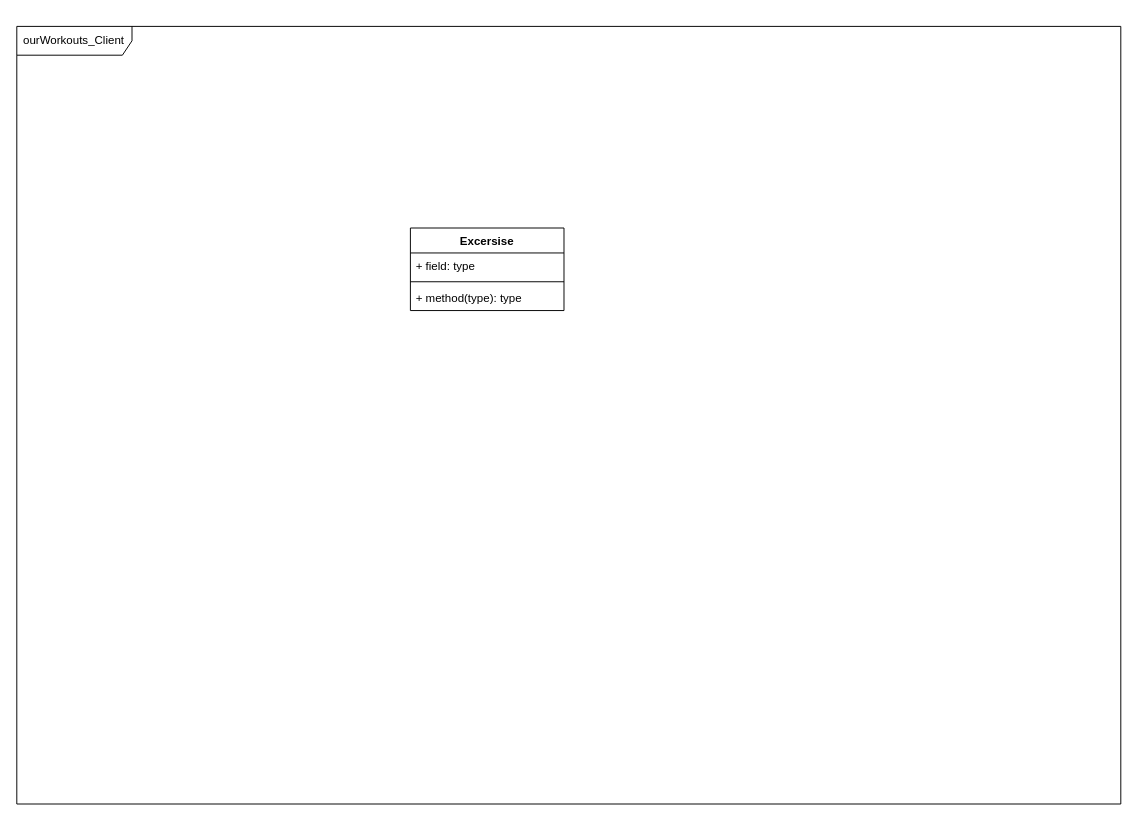
Vollol1/ourWorkout keeps this draw.io diagram as page "classes" (3 of 3) of 01_Documentation/diagrams.drawio. Above is the earlier version. Source tidied: cells renumbered, new cells numbered last; positions are measured from the earlier drawing's top-left corner, leaving out a move shared by most shapes. Both pictures are drawn from the tidied source at 96%, with x=0, y=0 at pixel (16, 26).
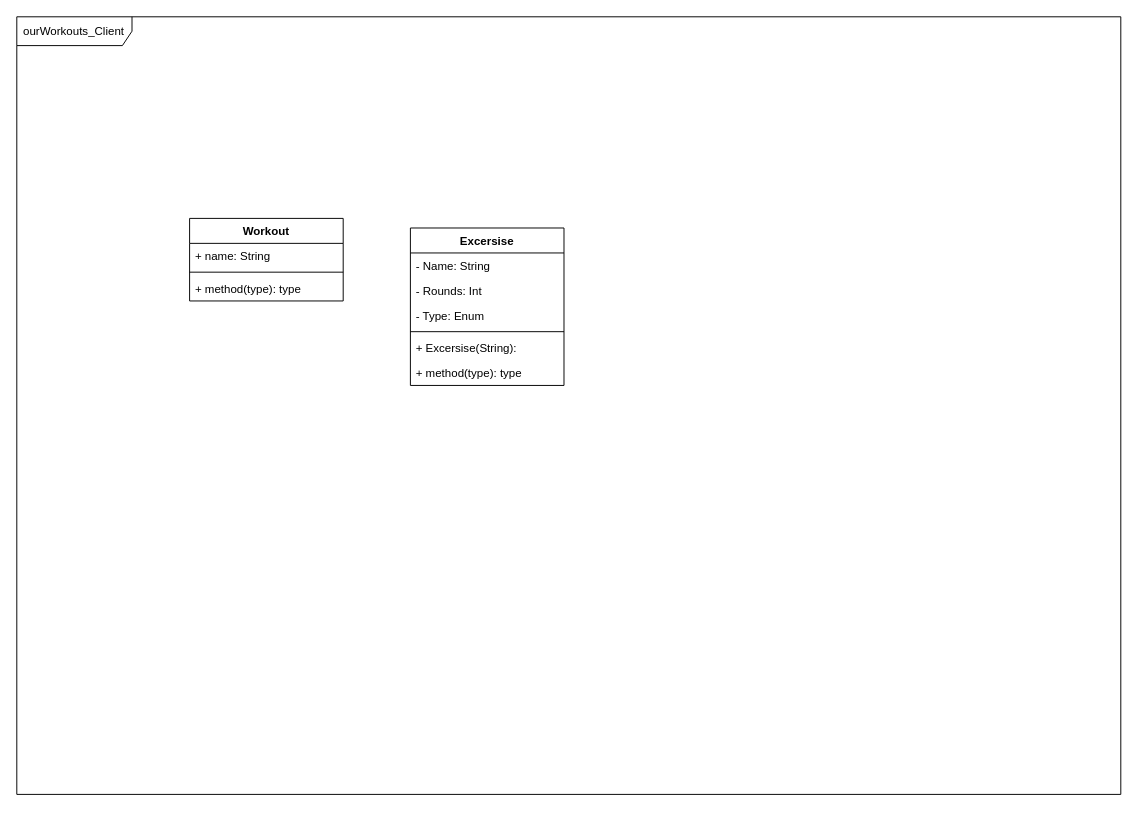
The same page after the edit.

Commit message (it also covers changes not shown here):
Edit documentation and add example workout schedule - Edit system context diagram - Add usecase diagram and use cases - Start with class diagram

Change to the diagram source:
```diff
@@
 <mxGraphModel>
   <root>
     <mxCell id="0" />
     <mxCell id="1" parent="0" />
     <mxCell id="2" value="ourWorkouts_Client" style="shape=umlFrame;whiteSpace=wrap;html=1;width=120;height=30;boundedLbl=1;verticalAlign=middle;align=left;spacingLeft=5;" parent="1" vertex="1">
-      <mxGeometry width="1150" height="810" as="geometry" />
+      <mxGeometry y="-10" width="1150" height="810" as="geometry" />
     </mxCell>
     <mxCell id="3" value="Excersise" style="swimlane;fontStyle=1;align=center;verticalAlign=top;horizontal=1;startSize=26;" parent="1" vertex="1">
-      <mxGeometry x="410" y="210" width="160" height="86" as="geometry" />
+      <mxGeometry x="410" y="210" width="160" height="164" as="geometry" />
     </mxCell>
-    <mxCell id="4" value="+ field: type" style="text;strokeColor=none;fillColor=none;align=left;verticalAlign=top;spacingLeft=4;spacingRight=4;overflow=hidden;" parent="3" vertex="1">
+    <mxCell id="4" value="- Name: String" style="text;strokeColor=none;fillColor=none;align=left;verticalAlign=top;spacingLeft=4;spacingRight=4;overflow=hidden;" parent="3" vertex="1">
       <mxGeometry y="26" width="160" height="26" as="geometry" />
     </mxCell>
+    <mxCell id="7" value="- Rounds: Int" style="text;strokeColor=none;fillColor=none;align=left;verticalAlign=top;spacingLeft=4;spacingRight=4;overflow=hidden;" parent="3" vertex="1">
+      <mxGeometry y="52" width="160" height="26" as="geometry" />
+    </mxCell>
+    <mxCell id="8" value="- Type: Enum" style="text;strokeColor=none;fillColor=none;align=left;verticalAlign=top;spacingLeft=4;spacingRight=4;overflow=hidden;" parent="3" vertex="1">
+      <mxGeometry y="78" width="160" height="26" as="geometry" />
+    </mxCell>
     <mxCell id="5" style="line;strokeWidth=1;fillColor=none;align=left;verticalAlign=middle;spacingTop=-1;spacingLeft=3;spacingRight=3;labelPosition=right;strokeColor=inherit;" parent="3" vertex="1">
-      <mxGeometry y="52" width="160" height="8" as="geometry" />
+      <mxGeometry y="104" width="160" height="8" as="geometry" />
     </mxCell>
-    <mxCell id="6" value="+ method(type): type" style="text;strokeColor=none;fillColor=none;align=left;verticalAlign=top;spacingLeft=4;spacingRight=4;overflow=hidden;" parent="3" vertex="1">
-      <mxGeometry y="60" width="160" height="26" as="geometry" />
+    <mxCell id="6" value="+ Excersise(String): " style="text;strokeColor=none;fillColor=none;align=left;verticalAlign=top;spacingLeft=4;spacingRight=4;overflow=hidden;" parent="3" vertex="1">
+      <mxGeometry y="112" width="160" height="26" as="geometry" />
     </mxCell>
+    <mxCell id="9" value="+ method(type): type" style="text;strokeColor=none;fillColor=none;align=left;verticalAlign=top;spacingLeft=4;spacingRight=4;overflow=hidden;" parent="3" vertex="1">
+      <mxGeometry y="138" width="160" height="26" as="geometry" />
+    </mxCell>
+    <mxCell id="10" value="Workout" style="swimlane;fontStyle=1;align=center;verticalAlign=top;horizontal=1;startSize=26;fillColor=none;" parent="1" vertex="1">
+      <mxGeometry x="180" y="200" width="160" height="86" as="geometry" />
+    </mxCell>
+    <mxCell id="11" value="+ name: String" style="text;strokeColor=none;fillColor=none;align=left;verticalAlign=top;spacingLeft=4;spacingRight=4;overflow=hidden;" parent="10" vertex="1">
+      <mxGeometry y="26" width="160" height="26" as="geometry" />
+    </mxCell>
+    <mxCell id="12" style="line;strokeWidth=1;fillColor=none;align=left;verticalAlign=middle;spacingTop=-1;spacingLeft=3;spacingRight=3;labelPosition=right;" parent="10" vertex="1">
+      <mxGeometry y="52" width="160" height="8" as="geometry" />
+    </mxCell>
+    <mxCell id="13" value="+ method(type): type" style="text;strokeColor=none;fillColor=none;align=left;verticalAlign=top;spacingLeft=4;spacingRight=4;overflow=hidden;" parent="10" vertex="1">
+      <mxGeometry y="60" width="160" height="26" as="geometry" />
+    </mxCell>
   </root>
 </mxGraphModel>
```
